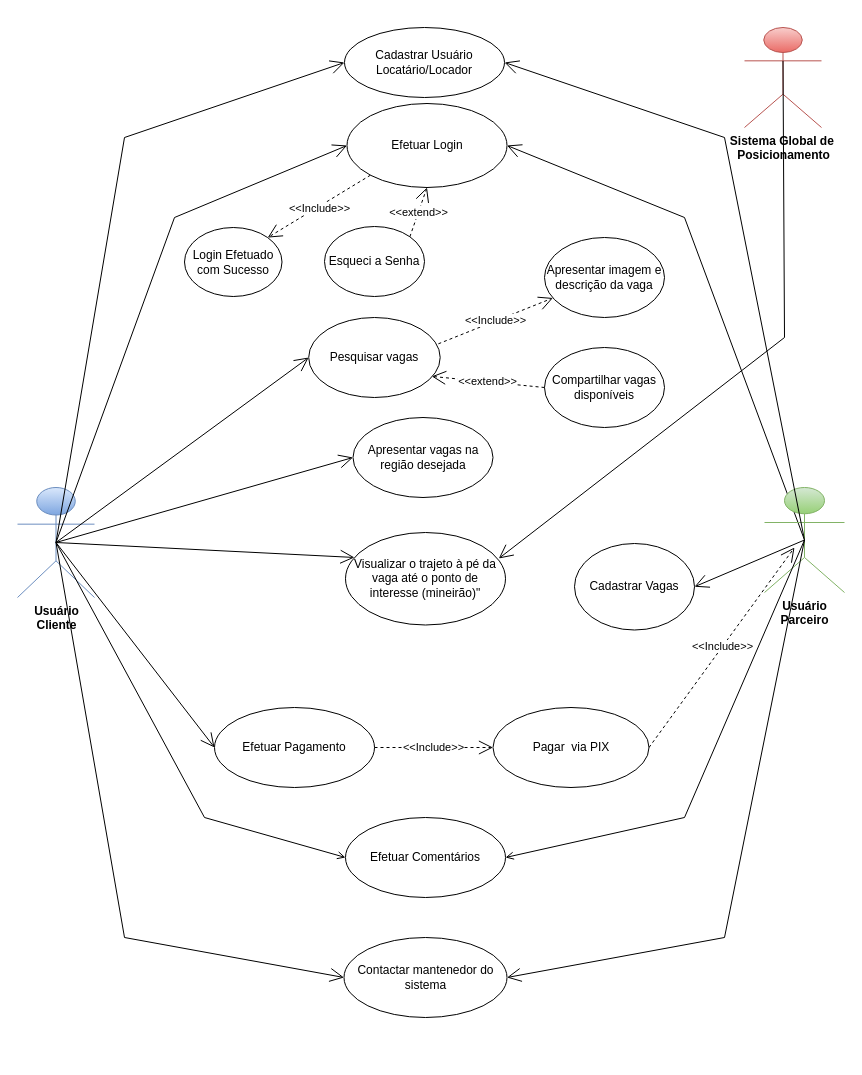
ICEI-PUC-Minas-PMV-ADS/pmv-ads-2023-2-e2-proj-int-t3-park4you keeps this draw.io diagram as docs/Diagrama/Diagrama Park4You.drawio. Above is the earlier version. Source tidied: cells renumbered, new cells numbered last; positions are measured from the earlier drawing's top-left corner, leaving out a move shared by most shapes. Both pictures are drawn from the tidied source at 100%, with x=0, y=0 at pixel (17, 17).
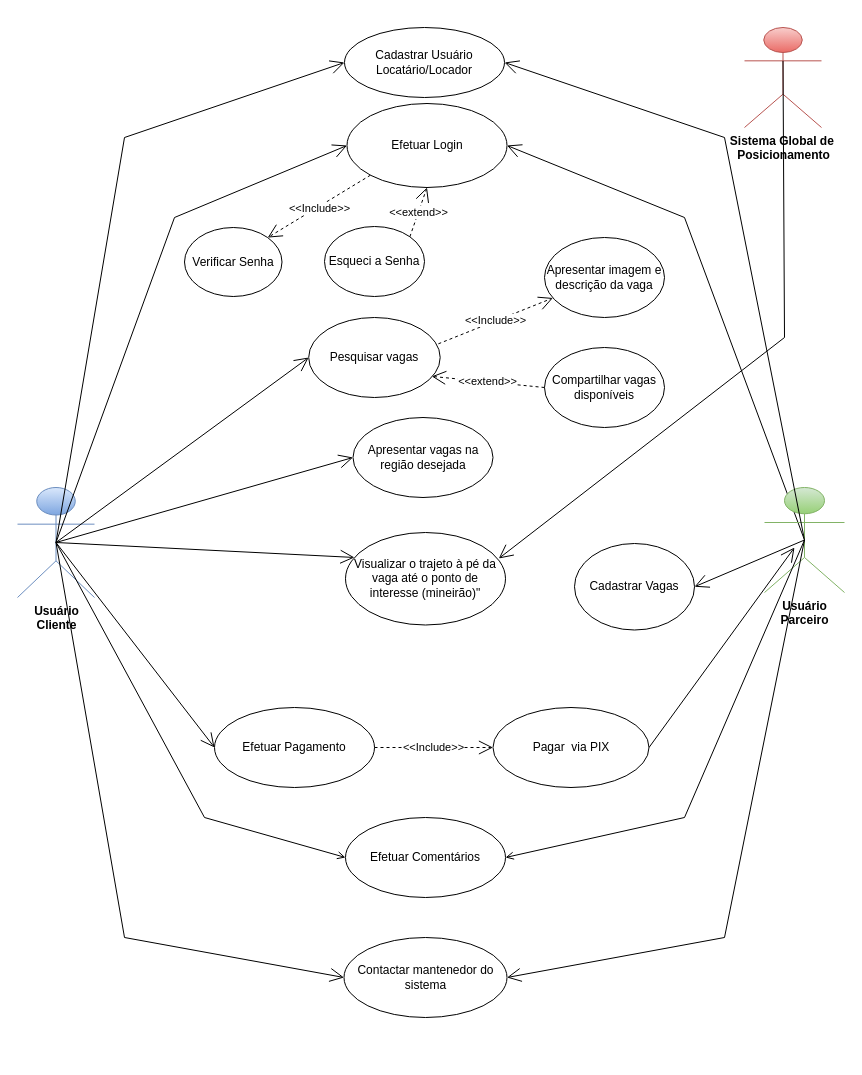
The same page after the edit.

Commit message:
Atualização Diagrama de Casos de Uso Park4You.drawio

Unchanged cells that the change refers to:
```xml
<mxCell id="2" style="swimlane;startSize=0;swimlaneLine=1;opacity=0;" parent="1" vertex="1">
  <mxGeometry x="67" width="680" height="1040" as="geometry" />
</mxCell>
<mxCell id="12" value="Pagar&amp;nbsp; via PIX" style="ellipse;whiteSpace=wrap;html=1;" parent="2" vertex="1">
  <mxGeometry x="408.5" y="690" width="156" height="80" as="geometry" />
</mxCell>
```

Diff of the diagram source:
```diff
@@
-    <mxCell id="19" value="Login Efetuado com Sucesso" style="ellipse;whiteSpace=wrap;html=1;" parent="2" vertex="1">
+    <mxCell id="19" value="Verificar Senha" style="ellipse;whiteSpace=wrap;html=1;" parent="2" vertex="1">
       <mxGeometry x="100" y="210" width="97.5" height="69" as="geometry" />
     </mxCell>
@@
-    <mxCell id="39" value="&amp;lt;&amp;lt;Include&amp;gt;&amp;gt;" style="endArrow=open;endSize=12;dashed=1;html=1;rounded=0;exitX=1;exitY=0.5;exitDx=0;exitDy=0;" parent="1" edge="1" source="12">
+    <mxCell id="39" style="endArrow=open;endSize=12;html=1;rounded=0;exitX=1;exitY=0.5;exitDx=0;exitDy=0;" parent="1" edge="1" source="12">
       <mxGeometry x="0.01" relative="1" as="geometry">
         <mxPoint x="777" y="530" as="targetPoint" />
       </mxGeometry>
     </mxCell>
```
